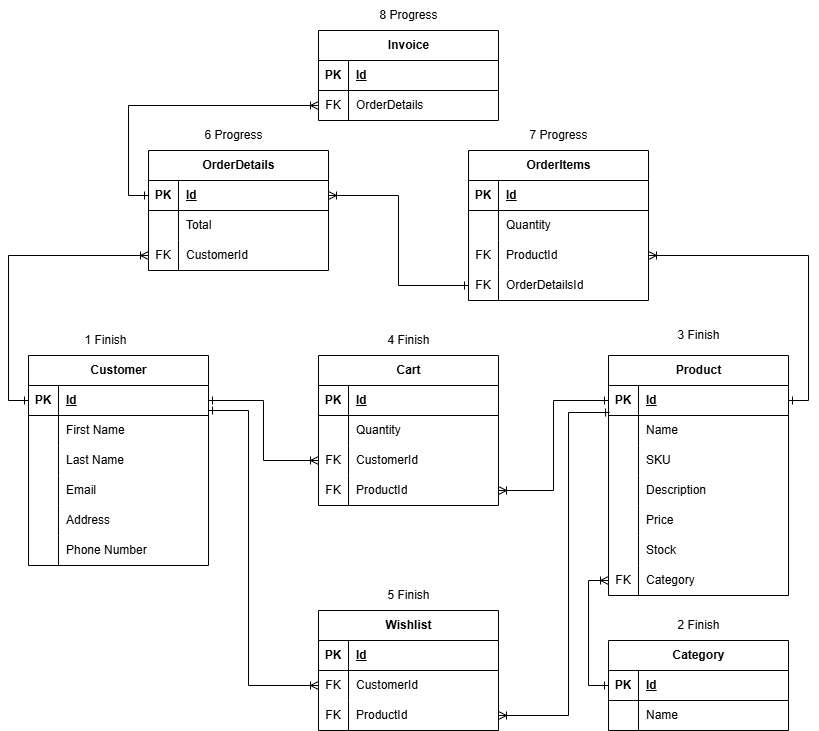
This is AdminPanal.drawio.png from SaifAl-kurdi/BackEnd_E-Commerce-Using-Java-Quarkus, a draw.io export, as it was before one commit. Source tidied: cells renumbered, new cells last; positions are measured from the earlier drawing's top-left corner, leaving out a move shared by most shapes.
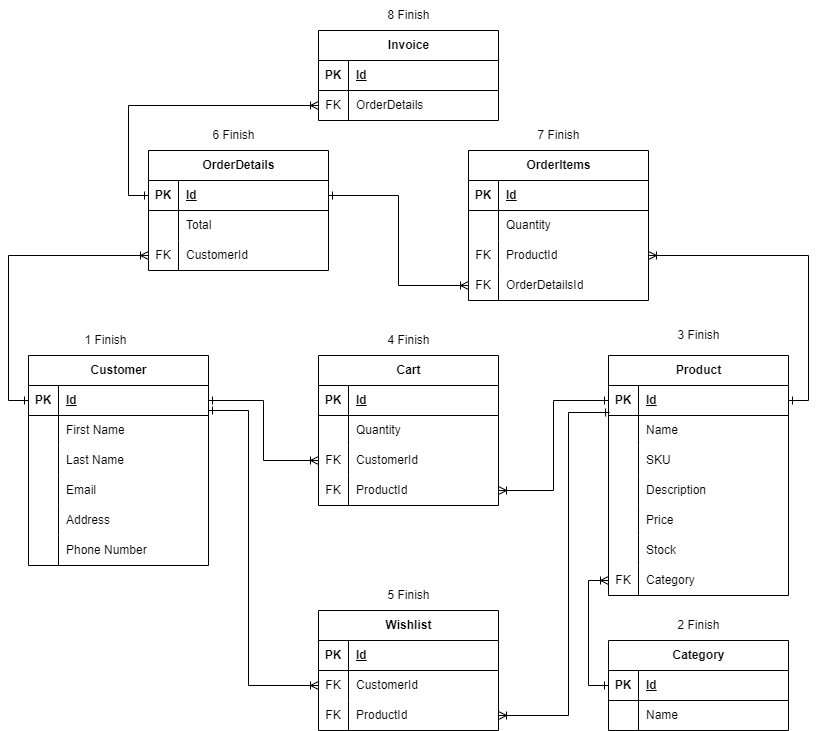
The same file after the commit.

Change to the diagram source:
```diff
@@ -345,14 +345,14 @@
     <mxCell id="112" value="5 Finish" style="text;html=1;align=center;verticalAlign=middle;strokeColor=none;fillColor=none;" parent="1" vertex="1">
       <mxGeometry x="345" y="580" width="70" height="30" as="geometry" />
     </mxCell>
-    <mxCell id="113" value="6 Progress" style="text;html=1;align=center;verticalAlign=middle;strokeColor=none;fillColor=none;" parent="1" vertex="1">
-      <mxGeometry x="165" y="120" width="80" height="30" as="geometry" />
+    <mxCell id="113" value="6 Finish" style="text;html=1;align=center;verticalAlign=middle;strokeColor=none;fillColor=none;" parent="1" vertex="1">
+      <mxGeometry x="170" y="120" width="70" height="30" as="geometry" />
     </mxCell>
-    <mxCell id="114" value="7 Progress" style="text;html=1;align=center;verticalAlign=middle;strokeColor=none;fillColor=none;" parent="1" vertex="1">
-      <mxGeometry x="490" y="120" width="80" height="30" as="geometry" />
+    <mxCell id="114" value="7 Finish" style="text;html=1;align=center;verticalAlign=middle;strokeColor=none;fillColor=none;" parent="1" vertex="1">
+      <mxGeometry x="495" y="120" width="70" height="30" as="geometry" />
     </mxCell>
-    <mxCell id="115" value="8 Progress" style="text;html=1;align=center;verticalAlign=middle;strokeColor=none;fillColor=none;" parent="1" vertex="1">
-      <mxGeometry x="340" width="80" height="30" as="geometry" />
+    <mxCell id="115" value="8 Finish" style="text;html=1;align=center;verticalAlign=middle;strokeColor=none;fillColor=none;" parent="1" vertex="1">
+      <mxGeometry x="345" width="70" height="30" as="geometry" />
     </mxCell>
     <mxCell id="116" style="edgeStyle=orthogonalEdgeStyle;rounded=0;jettySize=auto;html=1;entryX=0;entryY=0.5;entryDx=0;entryDy=0;startArrow=ERoneToMany;startFill=0;endArrow=ERone;endFill=0;" parent="1" edge="1" source="83" target="48">
       <mxGeometry relative="1" as="geometry" />
@@ -363,7 +363,7 @@
     <mxCell id="118" style="edgeStyle=orthogonalEdgeStyle;rounded=0;jettySize=auto;html=1;entryX=1;entryY=0.5;entryDx=0;entryDy=0;startArrow=ERoneToMany;startFill=0;endArrow=ERone;endFill=0;" parent="1" edge="1" source="28" target="58">
       <mxGeometry relative="1" as="geometry" />
     </mxCell>
-    <mxCell id="119" style="edgeStyle=orthogonalEdgeStyle;rounded=0;jettySize=auto;html=1;entryX=1;entryY=0.5;entryDx=0;entryDy=0;endArrow=ERoneToMany;endFill=0;startArrow=ERone;startFill=0;" parent="1" edge="1" source="31" target="48">
+    <mxCell id="119" style="edgeStyle=orthogonalEdgeStyle;rounded=0;jettySize=auto;html=1;entryX=1;entryY=0.5;entryDx=0;entryDy=0;endArrow=ERone;endFill=0;startArrow=ERoneToMany;startFill=0;" parent="1" edge="1" source="31" target="48">
       <mxGeometry relative="1" as="geometry" />
     </mxCell>
   </root>
```
